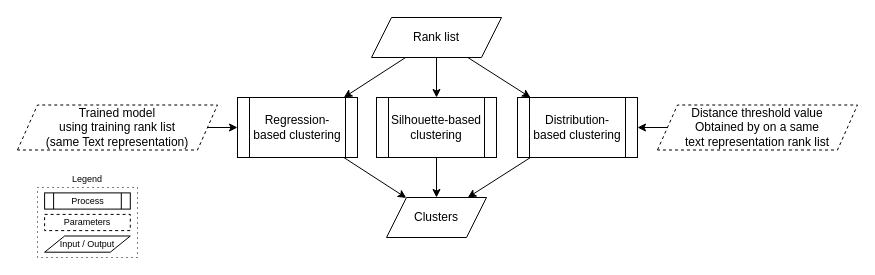
This is page "clustering" (2 of 3) of schema/schema.drawio from TheRaphael0000/master_thesis, a draw.io file, before an edit. Source tidied: cells renumbered, new cells numbered last; positions are measured from the earlier drawing's top-left corner, leaving out a move shared by most shapes. Both pictures are drawn from the tidied source at 100%, with x=0, y=0 at pixel (17, 17).
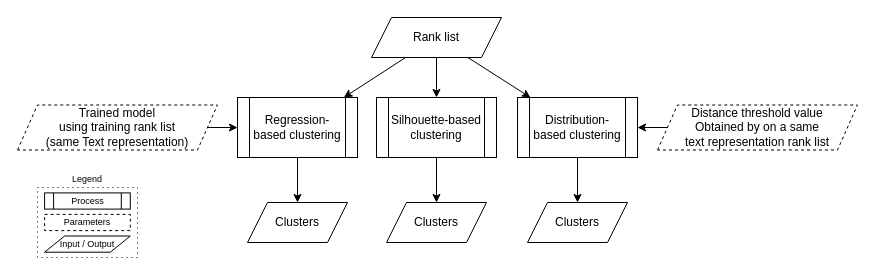
After the change.

The change refers to these unchanged cells:
```xml
<mxCell id="2" value="Silhouette-based clustering" style="shape=process;whiteSpace=wrap;html=1;backgroundOutline=1;" parent="1" vertex="1">
  <mxGeometry x="359" y="80" width="120" height="60" as="geometry" />
</mxCell>
<mxCell id="7" value="Regression-based clustering" style="shape=process;whiteSpace=wrap;html=1;backgroundOutline=1;" parent="1" vertex="1">
  <mxGeometry x="220" y="80" width="120" height="60" as="geometry" />
</mxCell>
<mxCell id="17" value="Distribution-based clustering" style="shape=process;whiteSpace=wrap;html=1;backgroundOutline=1;" parent="1" vertex="1">
  <mxGeometry x="500" y="80" width="120" height="60" as="geometry" />
</mxCell>
```

Change to the diagram source:
```diff
@@
-    <mxCell id="3" value="&lt;span&gt;Clusters&lt;/span&gt;" style="shape=parallelogram;perimeter=parallelogramPerimeter;whiteSpace=wrap;html=1;fixedSize=1;" parent="1" vertex="1">
-      <mxGeometry x="369" y="180" width="100" height="40" as="geometry" />
-    </mxCell>
@@
-    <mxCell id="6" style="endArrow=classic;html=1;" parent="1" edge="1" source="2" target="3">
+    <mxCell id="6" style="endArrow=classic;html=1;" parent="1" edge="1" source="2" target="23">
       <mxGeometry x="228" y="255" as="geometry" />
     </mxCell>
@@
-    <mxCell id="8" style="endArrow=classic;html=1;" parent="1" edge="1" source="7" target="3">
+    <mxCell id="8" style="endArrow=classic;html=1;" parent="1" edge="1" source="7" target="22">
       <mxGeometry x="228" y="255" as="geometry" />
     </mxCell>
@@
-    <mxCell id="19" style="endArrow=classic;html=1;" parent="1" edge="1" source="17" target="3">
+    <mxCell id="19" style="endArrow=classic;html=1;" parent="1" edge="1" source="17" target="24">
       <mxGeometry x="248" y="275" as="geometry" />
     </mxCell>
@@
+    <mxCell id="22" value="&lt;span&gt;Clusters&lt;/span&gt;" style="shape=parallelogram;perimeter=parallelogramPerimeter;whiteSpace=wrap;html=1;fixedSize=1;" parent="1" vertex="1">
+      <mxGeometry x="230" y="185" width="100" height="40" as="geometry" />
+    </mxCell>
+    <mxCell id="23" value="&lt;span&gt;Clusters&lt;/span&gt;" style="shape=parallelogram;perimeter=parallelogramPerimeter;whiteSpace=wrap;html=1;fixedSize=1;" parent="1" vertex="1">
+      <mxGeometry x="369" y="185" width="100" height="40" as="geometry" />
+    </mxCell>
+    <mxCell id="24" value="&lt;span&gt;Clusters&lt;/span&gt;" style="shape=parallelogram;perimeter=parallelogramPerimeter;whiteSpace=wrap;html=1;fixedSize=1;" parent="1" vertex="1">
+      <mxGeometry x="510" y="185" width="100" height="40" as="geometry" />
+    </mxCell>
```
